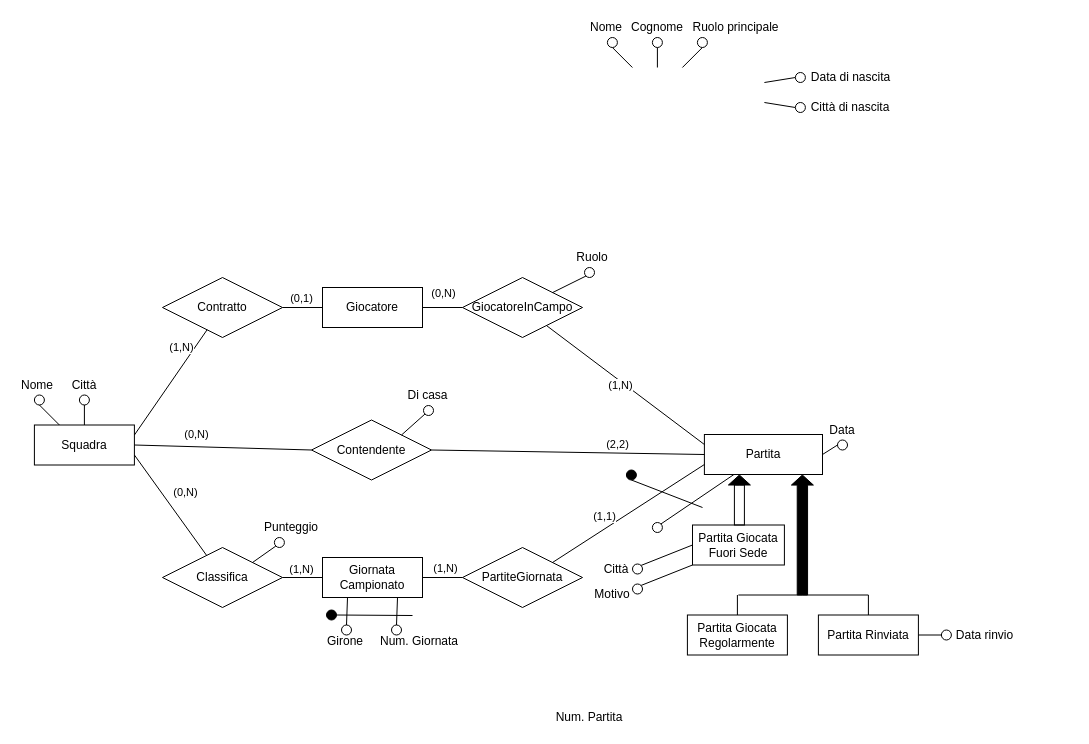
miguel76/corso-bdd keeps this draw.io diagram as page "Ristrutturato" (7 of 7) of Campionato.drawio. Above is the earlier version. Source tidied: cells renumbered, new cells numbered last; positions are measured from the earlier drawing's top-left corner, leaving out a move shared by most shapes. Both pictures are drawn from the tidied source at 100%, with x=0, y=0 at pixel (17, 17).
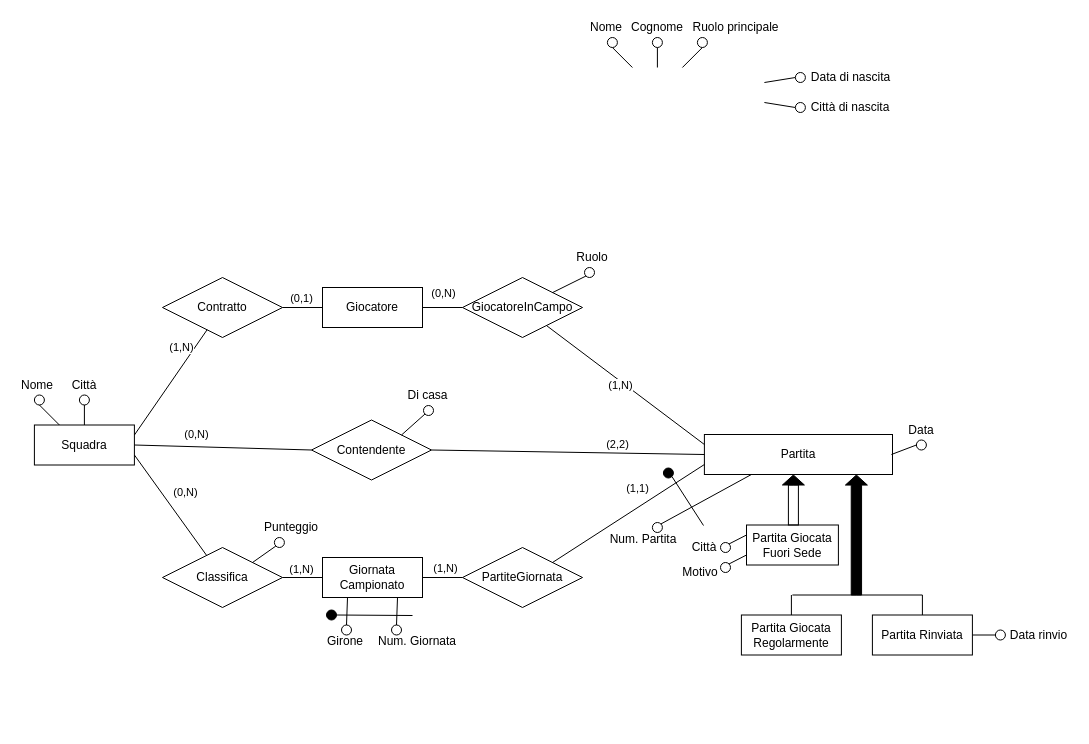
After the change.

Unchanged cells that the change refers to:
```xml
<mxCell id="79" style="endArrow=none;html=1;rounded=0;entryX=1;entryY=0;entryDx=0;entryDy=0;exitX=0;exitY=0.75;exitDx=0;exitDy=0;" parent="1" edge="1" source="3" target="78">
  <mxGeometry relative="1" as="geometry" />
</mxCell>
```

Diff of the diagram source:
```diff
@@
     <mxCell id="3" value="Partita" style="whiteSpace=wrap;html=1;align=center;" parent="1" vertex="1">
-      <mxGeometry x="686.9" y="417" width="118.1" height="40" as="geometry" />
+      <mxGeometry x="686.9" y="417" width="188.1" height="40" as="geometry" />
     </mxCell>
@@
-    <mxCell id="41" style="endArrow=none;html=1;rounded=0;exitX=0;exitY=0.5;exitDx=0;exitDy=0;entryX=1;entryY=0.5;entryDx=0;entryDy=0;" parent="1" edge="1" source="42" target="3">
-      <mxGeometry relative="1" as="geometry" />
+    <mxCell id="41" style="endArrow=none;html=1;rounded=0;exitX=0;exitY=0.5;exitDx=0;exitDy=0;entryX=1;entryY=0.5;entryDx=0;entryDy=0;" parent="1" edge="1" source="42">
+      <mxGeometry relative="1" as="geometry">
+        <mxPoint x="873.9" y="437" as="targetPoint" />
+      </mxGeometry>
     </mxCell>
     <mxCell id="42" style="ellipse;whiteSpace=wrap;html=1;" parent="1" vertex="1">
-      <mxGeometry x="820" y="422.5" width="10" height="10" as="geometry" />
+      <mxGeometry x="898.9" y="422.5" width="10" height="10" as="geometry" />
     </mxCell>
@@
     <mxCell id="46" value="Num. Giornata" style="text;html=1;strokeColor=none;fillColor=none;align=center;verticalAlign=middle;whiteSpace=wrap;rounded=0;" parent="1" vertex="1">
-      <mxGeometry x="356.5" y="613.5" width="90" height="20" as="geometry" />
+      <mxGeometry x="355" y="613.5" width="90" height="20" as="geometry" />
     </mxCell>
@@
     <mxCell id="49" value="Num. Partita" style="text;html=1;strokeColor=none;fillColor=none;align=center;verticalAlign=middle;whiteSpace=wrap;rounded=0;" parent="1" vertex="1">
-      <mxGeometry x="537" y="690" width="70" height="20" as="geometry" />
+      <mxGeometry x="590.9" y="512" width="70" height="20" as="geometry" />
     </mxCell>
@@
     <mxCell id="52" value="Data" style="text;html=1;strokeColor=none;fillColor=none;align=center;verticalAlign=middle;whiteSpace=wrap;rounded=0;" parent="1" vertex="1">
-      <mxGeometry x="805" y="402.5" width="40" height="20" as="geometry" />
+      <mxGeometry x="883.9" y="402.5" width="40" height="20" as="geometry" />
     </mxCell>
     <mxCell id="53" value="Partita Giocata&lt;br&gt;Fuori Sede" style="whiteSpace=wrap;html=1;align=center;" parent="1" vertex="1">
-      <mxGeometry x="675" y="507.5" width="91.9" height="40" as="geometry" />
+      <mxGeometry x="729" y="507.5" width="91.9" height="40" as="geometry" />
     </mxCell>
     <mxCell id="54" value="Partita Giocata Regolarmente" style="whiteSpace=wrap;html=1;align=center;" parent="1" vertex="1">
-      <mxGeometry x="669.9" y="597.5" width="100" height="40" as="geometry" />
+      <mxGeometry x="723.9" y="597.5" width="100" height="40" as="geometry" />
     </mxCell>
     <mxCell id="55" value="Partita Rinviata" style="whiteSpace=wrap;html=1;align=center;" parent="1" vertex="1">
-      <mxGeometry x="800.9" y="597.5" width="100" height="40" as="geometry" />
+      <mxGeometry x="854.9" y="597.5" width="100" height="40" as="geometry" />
     </mxCell>
     <mxCell id="56" style="html=1;shadow=0;dashed=0;align=center;verticalAlign=middle;shape=mxgraph.arrows2.arrow;dy=0.53;dx=10.09;direction=north;notch=0;fillColor=#000000;" parent="1" vertex="1">
-      <mxGeometry x="773.9" y="457.5" width="22" height="120" as="geometry" />
+      <mxGeometry x="827.9" y="457.5" width="22" height="120" as="geometry" />
     </mxCell>
     <mxCell id="57" style="html=1;shadow=0;dashed=0;align=center;verticalAlign=middle;shape=mxgraph.arrows2.arrow;dy=0.66;dx=12.45;direction=north;notch=0;fillColor=#000000;" parent="1" vertex="1">
-      <mxGeometry x="710.9" y="457.5" width="22" height="10" as="geometry" />
+      <mxGeometry x="764.9" y="457.5" width="22" height="10" as="geometry" />
     </mxCell>
     <mxCell id="58" style="rounded=0;whiteSpace=wrap;html=1;fillColor=none;" parent="1" vertex="1">
-      <mxGeometry x="716.9" y="467.5" width="10" height="40" as="geometry" />
+      <mxGeometry x="770.9" y="467.5" width="10" height="40" as="geometry" />
     </mxCell>
     <mxCell id="59" style="endArrow=none;html=1;" parent="1" edge="1">
       <mxGeometry relative="1" as="geometry">
-        <mxPoint x="720.9" y="577.5" as="sourcePoint" />
-        <mxPoint x="850.9" y="577.5" as="targetPoint" />
+        <mxPoint x="774.9" y="577.5" as="sourcePoint" />
+        <mxPoint x="904.9" y="577.5" as="targetPoint" />
       </mxGeometry>
     </mxCell>
     <mxCell id="60" style="endArrow=none;html=1;exitX=0.5;exitY=0;exitDx=0;exitDy=0;" parent="1" edge="1" source="54">
       <mxGeometry relative="1" as="geometry">
-        <mxPoint x="719.9" y="577.5" as="targetPoint" />
+        <mxPoint x="773.9" y="577.5" as="targetPoint" />
       </mxGeometry>
     </mxCell>
     <mxCell id="61" style="endArrow=none;html=1;exitX=0.5;exitY=0;exitDx=0;exitDy=0;" parent="1" edge="1" source="55">
       <mxGeometry relative="1" as="geometry">
-        <mxPoint x="850.9" y="577.5" as="targetPoint" />
+        <mxPoint x="904.9" y="577.5" as="targetPoint" />
       </mxGeometry>
     </mxCell>
     <mxCell id="62" value="Città" style="text;html=1;strokeColor=none;fillColor=none;align=center;verticalAlign=middle;whiteSpace=wrap;rounded=0;" parent="1" vertex="1">
-      <mxGeometry x="577.9" y="541.5" width="42.1" height="20" as="geometry" />
+      <mxGeometry x="665.9" y="520" width="42.1" height="20" as="geometry" />
     </mxCell>
-    <mxCell id="63" style="endArrow=none;html=1;rounded=0;exitX=1;exitY=0;exitDx=0;exitDy=0;entryX=0;entryY=0.5;entryDx=0;entryDy=0;" parent="1" edge="1" source="64" target="53">
+    <mxCell id="63" style="endArrow=none;html=1;rounded=0;exitX=1;exitY=0;exitDx=0;exitDy=0;entryX=0;entryY=0.25;entryDx=0;entryDy=0;" parent="1" edge="1" source="64" target="53">
       <mxGeometry relative="1" as="geometry" />
     </mxCell>
     <mxCell id="64" style="ellipse;whiteSpace=wrap;html=1;" parent="1" vertex="1">
-      <mxGeometry x="615" y="546.5" width="10" height="10" as="geometry" />
+      <mxGeometry x="703" y="525" width="10" height="10" as="geometry" />
     </mxCell>
     <mxCell id="65" value="Motivo" style="text;html=1;strokeColor=none;fillColor=none;align=center;verticalAlign=middle;whiteSpace=wrap;rounded=0;" parent="1" vertex="1">
-      <mxGeometry x="568.9" y="566.5" width="52.1" height="20" as="geometry" />
+      <mxGeometry x="656.9" y="545" width="52.1" height="20" as="geometry" />
     </mxCell>
-    <mxCell id="66" style="endArrow=none;html=1;rounded=0;exitX=1;exitY=0;exitDx=0;exitDy=0;entryX=0;entryY=1;entryDx=0;entryDy=0;" parent="1" edge="1" source="67" target="53">
+    <mxCell id="66" style="endArrow=none;html=1;rounded=0;exitX=1;exitY=0;exitDx=0;exitDy=0;entryX=0;entryY=0.75;entryDx=0;entryDy=0;" parent="1" edge="1" source="67" target="53">
       <mxGeometry relative="1" as="geometry" />
     </mxCell>
     <mxCell id="67" style="ellipse;whiteSpace=wrap;html=1;" parent="1" vertex="1">
-      <mxGeometry x="615" y="566.5" width="10" height="10" as="geometry" />
+      <mxGeometry x="703" y="545" width="10" height="10" as="geometry" />
     </mxCell>
     <mxCell id="68" value="Data rinvio" style="text;html=1;strokeColor=none;fillColor=none;align=center;verticalAlign=middle;whiteSpace=wrap;rounded=0;" parent="1" vertex="1">
-      <mxGeometry x="933.9" y="607.5" width="67" height="20" as="geometry" />
+      <mxGeometry x="987.9" y="607.5" width="67" height="20" as="geometry" />
     </mxCell>
@@
     <mxCell id="70" style="ellipse;whiteSpace=wrap;html=1;" parent="1" vertex="1">
-      <mxGeometry x="923.9" y="612.5" width="10" height="10" as="geometry" />
+      <mxGeometry x="977.9" y="612.5" width="10" height="10" as="geometry" />
     </mxCell>
@@
     <mxCell id="80" value="(1,1)" style="edgeLabel;html=1;align=center;verticalAlign=middle;" parent="79" vertex="1">
       <mxGeometry x="-0.22" y="-2" relative="1" as="geometry">
-        <mxPoint x="-39.2" y="14.7" as="offset" />
+        <mxPoint x="-6.8" y="-13.5" as="offset" />
       </mxGeometry>
     </mxCell>
@@
-    <mxCell id="83" style="endArrow=none;html=1;rounded=0;exitX=0.5;exitY=1;exitDx=0;exitDy=0;" parent="1" edge="1" source="84">
+    <mxCell id="83" style="endArrow=none;html=1;rounded=0;exitX=1;exitY=1;exitDx=0;exitDy=0;" parent="1" edge="1" source="84">
       <mxGeometry relative="1" as="geometry">
-        <mxPoint x="685" y="490" as="targetPoint" />
+        <mxPoint x="686" y="508" as="targetPoint" />
       </mxGeometry>
     </mxCell>
     <mxCell id="84" style="ellipse;whiteSpace=wrap;html=1;fillColor=#000000;" parent="1" vertex="1">
-      <mxGeometry x="608.9" y="452.5" width="10" height="10" as="geometry" />
+      <mxGeometry x="645.9" y="450.5" width="10" height="10" as="geometry" />
     </mxCell>
```
